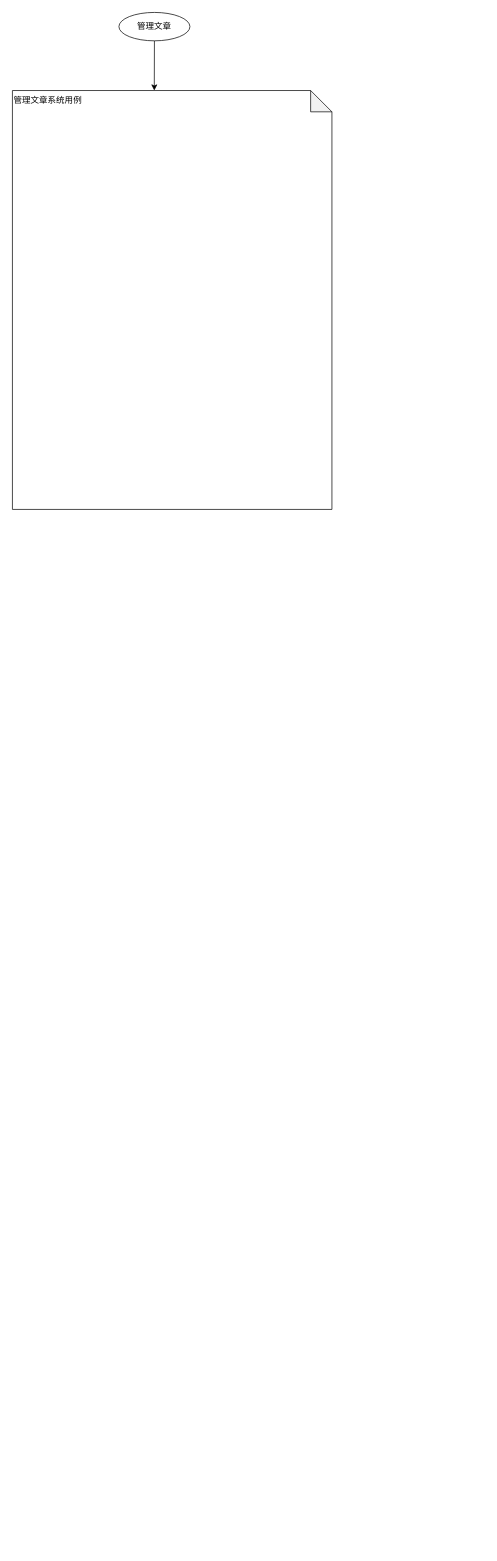
Before: uml-系统用例.drawio in JMHello/draw, a draw.io diagram. Source tidied: cells renumbered, new cells numbered last; positions are measured from the earlier drawing's top-left corner, leaving out a move shared by most shapes. Both pictures are drawn from the tidied source at 71%, with x=0, y=0 at pixel (12, 12).
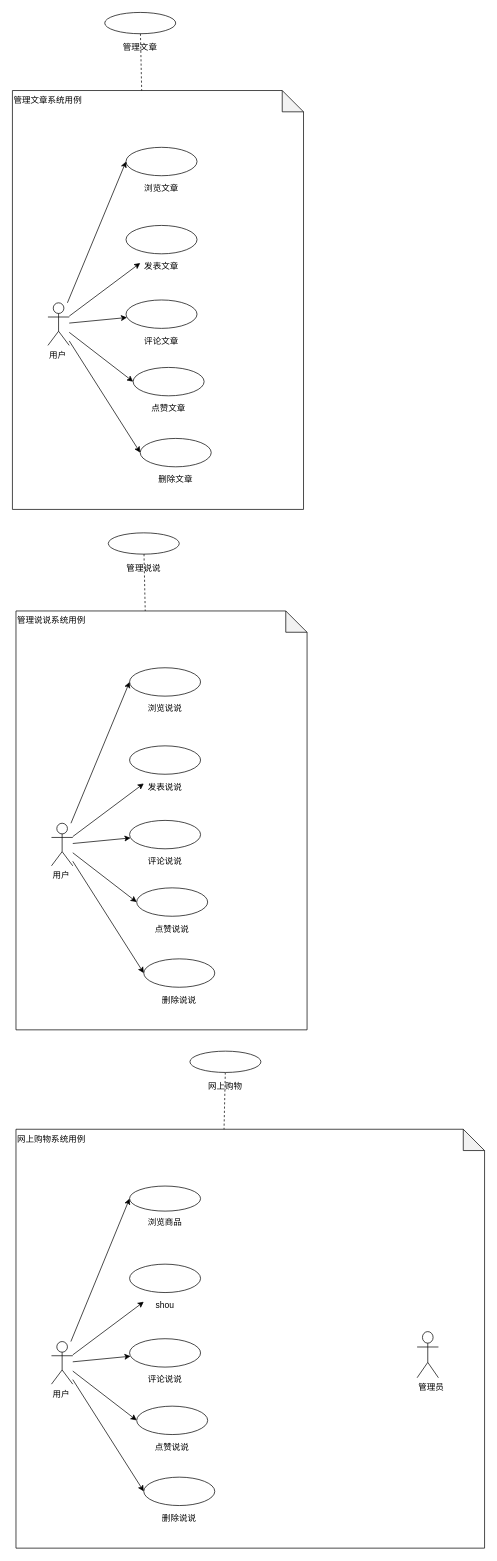
The same page after the edit.

Diff of the diagram source:
```diff
@@
+    <mxCell id="5" style="group;" parent="1" vertex="1">
+      <mxGeometry width="410" height="700" as="geometry" />
+    </mxCell>
+    <mxCell id="4" value="管理文章系统用例" style="shape=note;whiteSpace=wrap;html=1;backgroundOutline=1;darkOpacity=0.05;align=left;verticalAlign=top;" parent="5" vertex="1">
+      <mxGeometry y="110" width="410" height="590" as="geometry" />
+    </mxCell>
+    <mxCell id="6" value="用户" style="shape=umlActor;verticalLabelPosition=bottom;labelBackgroundColor=#ffffff;verticalAlign=top;html=1;outlineConnect=0;align=left;" parent="5" vertex="1">
+      <mxGeometry x="50" y="409" width="30" height="60" as="geometry" />
+    </mxCell>
+    <mxCell id="7" style="group;" parent="5" vertex="1">
+      <mxGeometry x="160" y="190" width="100" height="68" as="geometry" />
+    </mxCell>
+    <mxCell id="8" style="ellipse;whiteSpace=wrap;html=1;align=left;" parent="7" vertex="1">
+      <mxGeometry width="100" height="40" as="geometry" />
+    </mxCell>
+    <mxCell id="9" value="浏览文章" style="text;html=1;strokeColor=none;fillColor=none;align=center;verticalAlign=middle;whiteSpace=wrap;rounded=0;" parent="7" vertex="1">
+      <mxGeometry x="20" y="48" width="60" height="20" as="geometry" />
+    </mxCell>
+    <mxCell id="10" style="edgeStyle=none;rounded=0;jettySize=auto;html=1;entryX=0;entryY=0.5;entryDx=0;entryDy=0;startArrow=none;startFill=0;endArrow=classic;endFill=1;" parent="5" edge="1" source="6" target="8">
+      <mxGeometry relative="1" as="geometry" />
+    </mxCell>
+    <mxCell id="11" style="group;" parent="5" vertex="1">
+      <mxGeometry x="160" y="300" width="100" height="68" as="geometry" />
+    </mxCell>
+    <mxCell id="12" style="ellipse;whiteSpace=wrap;html=1;align=left;" parent="11" vertex="1">
+      <mxGeometry width="100" height="40" as="geometry" />
+    </mxCell>
+    <mxCell id="13" value="发表文章" style="text;html=1;strokeColor=none;fillColor=none;align=center;verticalAlign=middle;whiteSpace=wrap;rounded=0;" parent="11" vertex="1">
+      <mxGeometry x="20" y="48" width="60" height="20" as="geometry" />
+    </mxCell>
+    <mxCell id="14" style="edgeStyle=none;rounded=0;jettySize=auto;html=1;entryX=0;entryY=0.25;entryDx=0;entryDy=0;startArrow=none;startFill=0;endArrow=classic;endFill=1;" parent="5" edge="1" source="6" target="13">
+      <mxGeometry relative="1" as="geometry" />
+    </mxCell>
+    <mxCell id="15" style="group;" parent="5" vertex="1">
+      <mxGeometry x="160" y="405" width="100" height="68" as="geometry" />
+    </mxCell>
+    <mxCell id="16" style="ellipse;whiteSpace=wrap;html=1;align=left;" parent="15" vertex="1">
+      <mxGeometry width="100" height="40" as="geometry" />
+    </mxCell>
+    <mxCell id="17" value="评论文章" style="text;html=1;strokeColor=none;fillColor=none;align=center;verticalAlign=middle;whiteSpace=wrap;rounded=0;" parent="15" vertex="1">
+      <mxGeometry x="20" y="48" width="60" height="20" as="geometry" />
+    </mxCell>
+    <mxCell id="18" style="edgeStyle=none;rounded=0;jettySize=auto;html=1;startArrow=none;startFill=0;endArrow=classic;endFill=1;" parent="5" edge="1" source="6" target="16">
+      <mxGeometry relative="1" as="geometry" />
+    </mxCell>
+    <mxCell id="19" style="group;" parent="5" vertex="1">
+      <mxGeometry x="170" y="500" width="100" height="68" as="geometry" />
+    </mxCell>
+    <mxCell id="20" style="ellipse;whiteSpace=wrap;html=1;align=left;" parent="19" vertex="1">
+      <mxGeometry width="100" height="40" as="geometry" />
+    </mxCell>
+    <mxCell id="21" value="点赞文章" style="text;html=1;strokeColor=none;fillColor=none;align=center;verticalAlign=middle;whiteSpace=wrap;rounded=0;" parent="19" vertex="1">
+      <mxGeometry x="20" y="48" width="60" height="20" as="geometry" />
+    </mxCell>
+    <mxCell id="22" style="edgeStyle=none;rounded=0;jettySize=auto;html=1;entryX=0;entryY=0.5;entryDx=0;entryDy=0;startArrow=none;startFill=0;endArrow=classic;endFill=1;" parent="5" edge="1" source="6" target="20">
+      <mxGeometry relative="1" as="geometry" />
+    </mxCell>
+    <mxCell id="23" style="group;" parent="5" vertex="1">
+      <mxGeometry x="180" y="600" width="100" height="68" as="geometry" />
+    </mxCell>
+    <mxCell id="24" style="ellipse;whiteSpace=wrap;html=1;align=left;" parent="23" vertex="1">
+      <mxGeometry width="100" height="40" as="geometry" />
+    </mxCell>
+    <mxCell id="25" value="删除文章" style="text;html=1;strokeColor=none;fillColor=none;align=center;verticalAlign=middle;whiteSpace=wrap;rounded=0;" parent="23" vertex="1">
+      <mxGeometry x="20" y="48" width="60" height="20" as="geometry" />
+    </mxCell>
+    <mxCell id="26" style="edgeStyle=none;rounded=0;jettySize=auto;html=1;entryX=0;entryY=0.5;entryDx=0;entryDy=0;startArrow=none;startFill=0;endArrow=classic;endFill=1;" parent="5" edge="1" source="6" target="24">
+      <mxGeometry relative="1" as="geometry" />
+    </mxCell>
+    <mxCell id="27" style="group;" parent="5" vertex="1">
+      <mxGeometry x="130" width="100" height="60" as="geometry" />
+    </mxCell>
+    <mxCell id="3" style="ellipse;whiteSpace=wrap;html=1;align=center;" parent="27" vertex="1">
+      <mxGeometry width="100" height="30" as="geometry" />
+    </mxCell>
+    <mxCell id="28" value="管理文章" style="text;html=1;strokeColor=none;fillColor=none;align=center;verticalAlign=middle;whiteSpace=wrap;rounded=0;" parent="27" vertex="1">
+      <mxGeometry x="20" y="40" width="60" height="20" as="geometry" />
+    </mxCell>
-    <mxCell id="2" style="rounded=0;jettySize=auto;html=1;entryX=0.444;entryY=0;entryDx=0;entryDy=0;entryPerimeter=0;" parent="1" edge="1" source="3" target="4">
+    <mxCell id="2" style="rounded=0;jettySize=auto;html=1;entryX=0.444;entryY=0;entryDx=0;entryDy=0;entryPerimeter=0;endArrow=none;endFill=0;dashed=1;" parent="5" edge="1" source="3" target="4">
       <mxGeometry relative="1" as="geometry" />
     </mxCell>
-    <mxCell id="3" value="管理文章" style="ellipse;whiteSpace=wrap;html=1;align=center;" parent="1" vertex="1">
-      <mxGeometry x="150" width="100" height="40" as="geometry" />
-    </mxCell>
-    <mxCell id="4" value="管理文章系统用例" style="shape=note;whiteSpace=wrap;html=1;backgroundOutline=1;darkOpacity=0.05;align=left;verticalAlign=top;" parent="1" vertex="1">
-      <mxGeometry y="110" width="450" height="590" as="geometry" />
-    </mxCell>
+    <mxCell id="29" style="group;" parent="1" vertex="1">
+      <mxGeometry x="5" y="733" width="410" height="700" as="geometry" />
+    </mxCell>
+    <mxCell id="30" value="管理说说系统用例" style="shape=note;whiteSpace=wrap;html=1;backgroundOutline=1;darkOpacity=0.05;align=left;verticalAlign=top;" parent="29" vertex="1">
+      <mxGeometry y="110" width="410" height="590" as="geometry" />
+    </mxCell>
+    <mxCell id="31" value="用户" style="shape=umlActor;verticalLabelPosition=bottom;labelBackgroundColor=#ffffff;verticalAlign=top;html=1;outlineConnect=0;align=left;" parent="29" vertex="1">
+      <mxGeometry x="50" y="409" width="30" height="60" as="geometry" />
+    </mxCell>
+    <mxCell id="32" style="group;" parent="29" vertex="1">
+      <mxGeometry x="160" y="190" width="100" height="68" as="geometry" />
+    </mxCell>
+    <mxCell id="33" style="ellipse;whiteSpace=wrap;html=1;align=left;" parent="32" vertex="1">
+      <mxGeometry width="100" height="40" as="geometry" />
+    </mxCell>
+    <mxCell id="34" value="浏览说说" style="text;html=1;strokeColor=none;fillColor=none;align=center;verticalAlign=middle;whiteSpace=wrap;rounded=0;" parent="32" vertex="1">
+      <mxGeometry x="20" y="48" width="60" height="20" as="geometry" />
+    </mxCell>
+    <mxCell id="35" style="edgeStyle=none;rounded=0;jettySize=auto;html=1;entryX=0;entryY=0.5;entryDx=0;entryDy=0;startArrow=none;startFill=0;endArrow=classic;endFill=1;" parent="29" edge="1" source="31" target="33">
+      <mxGeometry relative="1" as="geometry" />
+    </mxCell>
+    <mxCell id="36" style="group;" parent="29" vertex="1">
+      <mxGeometry x="160" y="300" width="100" height="68" as="geometry" />
+    </mxCell>
+    <mxCell id="37" style="ellipse;whiteSpace=wrap;html=1;align=left;" parent="36" vertex="1">
+      <mxGeometry width="100" height="40" as="geometry" />
+    </mxCell>
+    <mxCell id="38" value="发表说说" style="text;html=1;strokeColor=none;fillColor=none;align=center;verticalAlign=middle;whiteSpace=wrap;rounded=0;" parent="36" vertex="1">
+      <mxGeometry x="20" y="48" width="60" height="20" as="geometry" />
+    </mxCell>
+    <mxCell id="39" style="edgeStyle=none;rounded=0;jettySize=auto;html=1;entryX=0;entryY=0.25;entryDx=0;entryDy=0;startArrow=none;startFill=0;endArrow=classic;endFill=1;" parent="29" edge="1" source="31" target="38">
+      <mxGeometry relative="1" as="geometry" />
+    </mxCell>
+    <mxCell id="40" style="group;" parent="29" vertex="1">
+      <mxGeometry x="160" y="405" width="100" height="68" as="geometry" />
+    </mxCell>
+    <mxCell id="41" style="ellipse;whiteSpace=wrap;html=1;align=left;" parent="40" vertex="1">
+      <mxGeometry width="100" height="40" as="geometry" />
+    </mxCell>
+    <mxCell id="42" value="评论说说" style="text;html=1;strokeColor=none;fillColor=none;align=center;verticalAlign=middle;whiteSpace=wrap;rounded=0;" parent="40" vertex="1">
+      <mxGeometry x="20" y="48" width="60" height="20" as="geometry" />
+    </mxCell>
+    <mxCell id="43" style="edgeStyle=none;rounded=0;jettySize=auto;html=1;startArrow=none;startFill=0;endArrow=classic;endFill=1;" parent="29" edge="1" source="31" target="41">
+      <mxGeometry relative="1" as="geometry" />
+    </mxCell>
+    <mxCell id="44" style="group;" parent="29" vertex="1">
+      <mxGeometry x="170" y="500" width="100" height="68" as="geometry" />
+    </mxCell>
+    <mxCell id="45" style="ellipse;whiteSpace=wrap;html=1;align=left;" parent="44" vertex="1">
+      <mxGeometry width="100" height="40" as="geometry" />
+    </mxCell>
+    <mxCell id="46" value="点赞说说" style="text;html=1;strokeColor=none;fillColor=none;align=center;verticalAlign=middle;whiteSpace=wrap;rounded=0;" parent="44" vertex="1">
+      <mxGeometry x="20" y="48" width="60" height="20" as="geometry" />
+    </mxCell>
+    <mxCell id="47" style="edgeStyle=none;rounded=0;jettySize=auto;html=1;entryX=0;entryY=0.5;entryDx=0;entryDy=0;startArrow=none;startFill=0;endArrow=classic;endFill=1;" parent="29" edge="1" source="31" target="45">
+      <mxGeometry relative="1" as="geometry" />
+    </mxCell>
+    <mxCell id="48" style="group;" parent="29" vertex="1">
+      <mxGeometry x="180" y="600" width="100" height="68" as="geometry" />
+    </mxCell>
+    <mxCell id="49" style="ellipse;whiteSpace=wrap;html=1;align=left;" parent="48" vertex="1">
+      <mxGeometry width="100" height="40" as="geometry" />
+    </mxCell>
+    <mxCell id="50" value="删除说说" style="text;html=1;strokeColor=none;fillColor=none;align=center;verticalAlign=middle;whiteSpace=wrap;rounded=0;" parent="48" vertex="1">
+      <mxGeometry x="20" y="48" width="60" height="20" as="geometry" />
+    </mxCell>
+    <mxCell id="51" style="edgeStyle=none;rounded=0;jettySize=auto;html=1;entryX=0;entryY=0.5;entryDx=0;entryDy=0;startArrow=none;startFill=0;endArrow=classic;endFill=1;" parent="29" edge="1" source="31" target="49">
+      <mxGeometry relative="1" as="geometry" />
+    </mxCell>
+    <mxCell id="52" style="group;" parent="29" vertex="1">
+      <mxGeometry x="130" width="100" height="60" as="geometry" />
+    </mxCell>
+    <mxCell id="53" style="ellipse;whiteSpace=wrap;html=1;align=center;" parent="52" vertex="1">
+      <mxGeometry width="100" height="30" as="geometry" />
+    </mxCell>
+    <mxCell id="54" value="管理说说" style="text;html=1;strokeColor=none;fillColor=none;align=center;verticalAlign=middle;whiteSpace=wrap;rounded=0;" parent="52" vertex="1">
+      <mxGeometry x="20" y="40" width="60" height="20" as="geometry" />
+    </mxCell>
+    <mxCell id="55" style="rounded=0;jettySize=auto;html=1;entryX=0.444;entryY=0;entryDx=0;entryDy=0;entryPerimeter=0;endArrow=none;endFill=0;dashed=1;" parent="29" edge="1" source="53" target="30">
+      <mxGeometry relative="1" as="geometry" />
+    </mxCell>
+    <mxCell id="56" style="group;" parent="1" vertex="1">
+      <mxGeometry x="5" y="1463" width="660" height="700" as="geometry" />
+    </mxCell>
+    <mxCell id="57" value="网上购物系统用例" style="shape=note;whiteSpace=wrap;html=1;backgroundOutline=1;darkOpacity=0.05;align=left;verticalAlign=top;" parent="56" vertex="1">
+      <mxGeometry y="110" width="660" height="590" as="geometry" />
+    </mxCell>
+    <mxCell id="58" value="用户" style="shape=umlActor;verticalLabelPosition=bottom;labelBackgroundColor=#ffffff;verticalAlign=top;html=1;outlineConnect=0;align=left;" parent="56" vertex="1">
+      <mxGeometry x="50" y="409" width="30" height="60" as="geometry" />
+    </mxCell>
+    <mxCell id="59" style="group;" parent="56" vertex="1">
+      <mxGeometry x="160" y="190" width="100" height="60" as="geometry" />
+    </mxCell>
+    <mxCell id="60" style="ellipse;whiteSpace=wrap;html=1;align=left;" parent="59" vertex="1">
+      <mxGeometry width="100" height="35.3" as="geometry" />
+    </mxCell>
+    <mxCell id="61" value="浏览商品" style="text;html=1;strokeColor=none;fillColor=none;align=center;verticalAlign=middle;whiteSpace=wrap;rounded=0;" parent="59" vertex="1">
+      <mxGeometry x="20" y="42.4" width="60" height="17.6" as="geometry" />
+    </mxCell>
+    <mxCell id="62" style="edgeStyle=none;rounded=0;jettySize=auto;html=1;entryX=0;entryY=0.5;entryDx=0;entryDy=0;startArrow=none;startFill=0;endArrow=classic;endFill=1;" parent="56" edge="1" source="58" target="60">
+      <mxGeometry relative="1" as="geometry" />
+    </mxCell>
+    <mxCell id="63" style="group;" parent="56" vertex="1">
+      <mxGeometry x="160" y="300" width="100" height="68" as="geometry" />
+    </mxCell>
+    <mxCell id="64" style="ellipse;whiteSpace=wrap;html=1;align=left;" parent="63" vertex="1">
+      <mxGeometry width="100" height="40" as="geometry" />
+    </mxCell>
+    <mxCell id="65" value="shou" style="text;html=1;strokeColor=none;fillColor=none;align=center;verticalAlign=middle;whiteSpace=wrap;rounded=0;" parent="63" vertex="1">
+      <mxGeometry x="20" y="48" width="60" height="20" as="geometry" />
+    </mxCell>
+    <mxCell id="66" style="edgeStyle=none;rounded=0;jettySize=auto;html=1;entryX=0;entryY=0.25;entryDx=0;entryDy=0;startArrow=none;startFill=0;endArrow=classic;endFill=1;" parent="56" edge="1" source="58" target="65">
+      <mxGeometry relative="1" as="geometry" />
+    </mxCell>
+    <mxCell id="67" style="group;" parent="56" vertex="1">
+      <mxGeometry x="160" y="405" width="100" height="68" as="geometry" />
+    </mxCell>
+    <mxCell id="68" style="ellipse;whiteSpace=wrap;html=1;align=left;" parent="67" vertex="1">
+      <mxGeometry width="100" height="40" as="geometry" />
+    </mxCell>
+    <mxCell id="69" value="评论说说" style="text;html=1;strokeColor=none;fillColor=none;align=center;verticalAlign=middle;whiteSpace=wrap;rounded=0;" parent="67" vertex="1">
+      <mxGeometry x="20" y="48" width="60" height="20" as="geometry" />
+    </mxCell>
+    <mxCell id="70" style="edgeStyle=none;rounded=0;jettySize=auto;html=1;startArrow=none;startFill=0;endArrow=classic;endFill=1;" parent="56" edge="1" source="58" target="68">
+      <mxGeometry relative="1" as="geometry" />
+    </mxCell>
+    <mxCell id="71" style="group;" parent="56" vertex="1">
+      <mxGeometry x="170" y="500" width="100" height="68" as="geometry" />
+    </mxCell>
+    <mxCell id="72" style="ellipse;whiteSpace=wrap;html=1;align=left;" parent="71" vertex="1">
+      <mxGeometry width="100" height="40" as="geometry" />
+    </mxCell>
+    <mxCell id="73" value="点赞说说" style="text;html=1;strokeColor=none;fillColor=none;align=center;verticalAlign=middle;whiteSpace=wrap;rounded=0;" parent="71" vertex="1">
+      <mxGeometry x="20" y="48" width="60" height="20" as="geometry" />
+    </mxCell>
+    <mxCell id="74" style="edgeStyle=none;rounded=0;jettySize=auto;html=1;entryX=0;entryY=0.5;entryDx=0;entryDy=0;startArrow=none;startFill=0;endArrow=classic;endFill=1;" parent="56" edge="1" source="58" target="72">
+      <mxGeometry relative="1" as="geometry" />
+    </mxCell>
+    <mxCell id="75" style="group;" parent="56" vertex="1">
+      <mxGeometry x="180" y="600" width="100" height="68" as="geometry" />
+    </mxCell>
+    <mxCell id="76" style="ellipse;whiteSpace=wrap;html=1;align=left;" parent="75" vertex="1">
+      <mxGeometry width="100" height="40" as="geometry" />
+    </mxCell>
+    <mxCell id="77" value="删除说说" style="text;html=1;strokeColor=none;fillColor=none;align=center;verticalAlign=middle;whiteSpace=wrap;rounded=0;" parent="75" vertex="1">
+      <mxGeometry x="20" y="48" width="60" height="20" as="geometry" />
+    </mxCell>
+    <mxCell id="78" style="edgeStyle=none;rounded=0;jettySize=auto;html=1;entryX=0;entryY=0.5;entryDx=0;entryDy=0;startArrow=none;startFill=0;endArrow=classic;endFill=1;" parent="56" edge="1" source="58" target="76">
+      <mxGeometry relative="1" as="geometry" />
+    </mxCell>
+    <mxCell id="79" style="rounded=0;jettySize=auto;html=1;entryX=0.444;entryY=0;entryDx=0;entryDy=0;entryPerimeter=0;endArrow=none;endFill=0;dashed=1;" parent="56" edge="1" source="81" target="57">
+      <mxGeometry relative="1" as="geometry" />
+    </mxCell>
+    <mxCell id="80" style="group;" parent="56" vertex="1">
+      <mxGeometry x="245" width="100" height="60" as="geometry" />
+    </mxCell>
+    <mxCell id="81" style="ellipse;whiteSpace=wrap;html=1;align=center;" parent="80" vertex="1">
+      <mxGeometry width="100" height="30" as="geometry" />
+    </mxCell>
+    <mxCell id="82" value="网上购物" style="text;html=1;strokeColor=none;fillColor=none;align=center;verticalAlign=middle;whiteSpace=wrap;rounded=0;" parent="80" vertex="1">
+      <mxGeometry x="20" y="40" width="60" height="20" as="geometry" />
+    </mxCell>
+    <mxCell id="83" value="管理员" style="shape=umlActor;verticalLabelPosition=bottom;labelBackgroundColor=#ffffff;verticalAlign=top;html=1;align=left;" parent="56" vertex="1">
+      <mxGeometry x="565" y="395" width="30" height="65" as="geometry" />
+    </mxCell>
```
